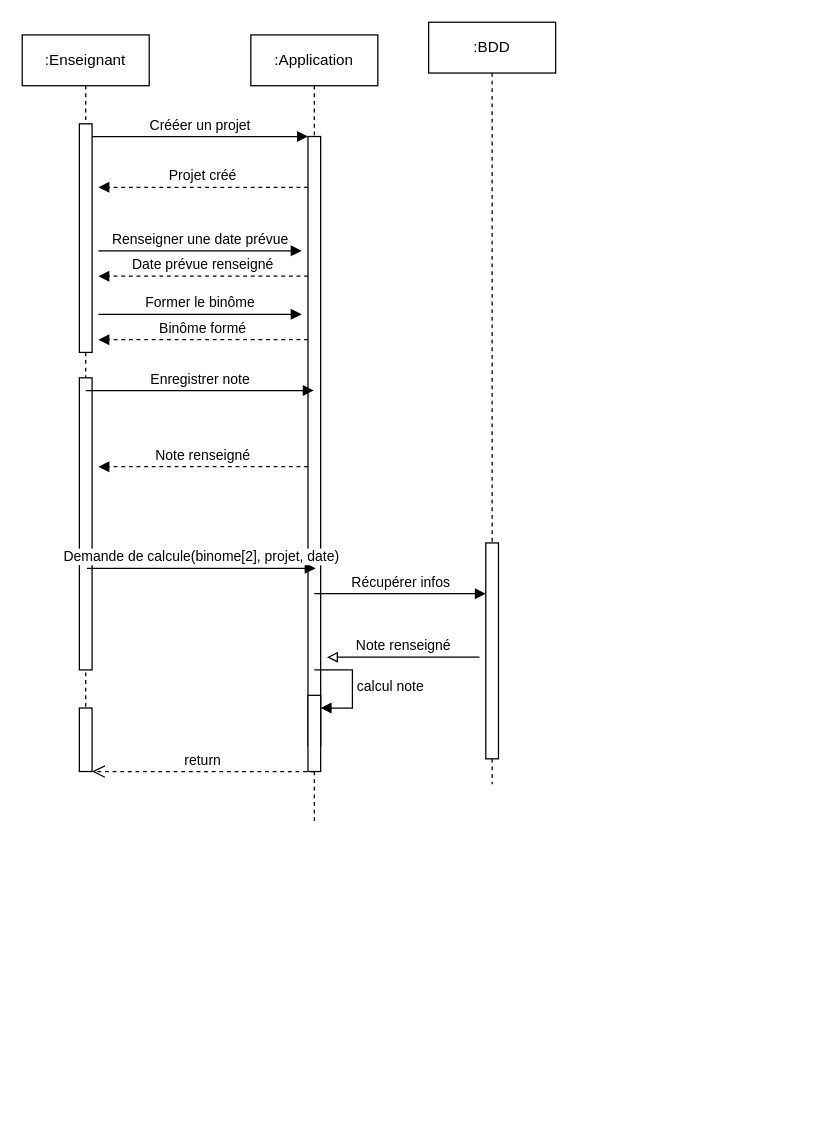
Before: page "Page-1" (1 of 2) of Diagramme sans nom.drawio in NabiilS/PizzaBurg, a draw.io diagram. Source tidied: cells renumbered, new cells numbered last; positions are measured from the earlier drawing's top-left corner, leaving out a move shared by most shapes. Both pictures are drawn from the tidied source at 127%, with x=0, y=0 at pixel (22, 22).
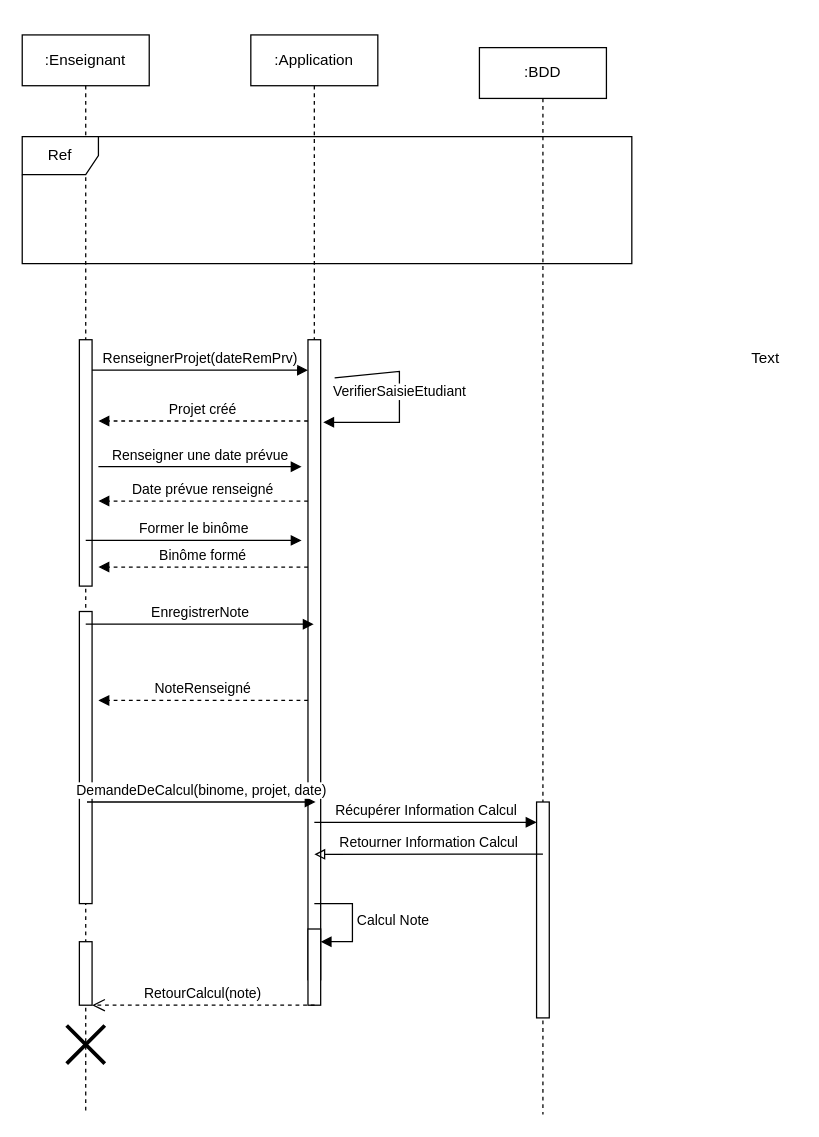
The same page after the edit.

Commit message:
Mettre à jour Diagramme sans nom.drawio

The edit, as a diff of the source:
```diff
@@
     <mxCell id="2" value=":Enseignant" style="shape=umlLifeline;perimeter=lifelinePerimeter;whiteSpace=wrap;html=1;newEdgeStyle={&quot;edgeStyle&quot;:&quot;elbowEdgeStyle&quot;,&quot;elbow&quot;:&quot;vertical&quot;,&quot;curved&quot;:0,&quot;rounded&quot;:0};" parent="1" vertex="1">
-      <mxGeometry y="10" width="100" height="560" as="geometry" />
+      <mxGeometry y="10" width="100" height="850" as="geometry" />
     </mxCell>
     <mxCell id="3" style="html=1;points=[];perimeter=orthogonalPerimeter;outlineConnect=0;targetShapes=umlLifeline;portConstraint=eastwest;newEdgeStyle={&quot;edgeStyle&quot;:&quot;elbowEdgeStyle&quot;,&quot;elbow&quot;:&quot;vertical&quot;,&quot;curved&quot;:0,&quot;rounded&quot;:0};" parent="2" vertex="1">
-      <mxGeometry x="45" y="70" width="10" height="180" as="geometry" />
+      <mxGeometry x="45" y="240" width="10" height="194" as="geometry" />
     </mxCell>
     <mxCell id="4" style="html=1;perimeter=orthogonalPerimeter;targetShapes=umlLifeline;newEdgeStyle={&quot;edgeStyle&quot;:&quot;elbowEdgeStyle&quot;,&quot;elbow&quot;:&quot;vertical&quot;,&quot;curved&quot;:0,&quot;rounded&quot;:0};" parent="2" vertex="1">
-      <mxGeometry x="45" y="270" width="10" height="230" as="geometry" />
+      <mxGeometry x="45" y="454" width="10" height="230" as="geometry" />
     </mxCell>
+    <mxCell id="24" style="shape=umlDestroy;whiteSpace=wrap;html=1;strokeWidth=3;targetShapes=umlLifeline;" parent="2" vertex="1">
+      <mxGeometry x="35" y="780" width="30" height="30" as="geometry" />
+    </mxCell>
     <mxCell id="5" value=":Application" style="shape=umlLifeline;perimeter=lifelinePerimeter;whiteSpace=wrap;html=1;outlineConnect=0;portConstraint=eastwest;newEdgeStyle={&quot;edgeStyle&quot;:&quot;elbowEdgeStyle&quot;,&quot;elbow&quot;:&quot;vertical&quot;,&quot;curved&quot;:0,&quot;rounded&quot;:0};" parent="1" vertex="1">
-      <mxGeometry x="180" y="10" width="100" height="620" as="geometry" />
+      <mxGeometry x="180" y="10" width="100" height="744" as="geometry" />
     </mxCell>
     <mxCell id="6" style="html=1;points=[];perimeter=orthogonalPerimeter;outlineConnect=0;targetShapes=umlLifeline;portConstraint=eastwest;newEdgeStyle={&quot;edgeStyle&quot;:&quot;elbowEdgeStyle&quot;,&quot;elbow&quot;:&quot;vertical&quot;,&quot;curved&quot;:0,&quot;rounded&quot;:0};" parent="5" vertex="1">
-      <mxGeometry x="45" y="80" width="10" height="480" as="geometry" />
+      <mxGeometry x="45" y="240" width="10" height="504" as="geometry" />
     </mxCell>
     <mxCell id="7" style="html=1;points=[[0,0,0,0,5],[0,1,0,0,-5],[1,0,0,0,5],[1,1,0,0,-5]];perimeter=orthogonalPerimeter;outlineConnect=0;targetShapes=umlLifeline;portConstraint=eastwest;newEdgeStyle={&quot;curved&quot;:0,&quot;rounded&quot;:0};" parent="5" vertex="1">
-      <mxGeometry x="45" y="520" width="10" height="60" as="geometry" />
+      <mxGeometry x="45" y="704" width="10" height="60" as="geometry" />
     </mxCell>
-    <mxCell id="8" value="calcul note" style="html=1;align=left;spacingLeft=2;endArrow=block;rounded=0;edgeStyle=orthogonalEdgeStyle;curved=0;rounded=0;" parent="5" edge="1" target="7">
+    <mxCell id="8" value="Calcul Note" style="html=1;align=left;spacingLeft=2;endArrow=block;rounded=0;edgeStyle=orthogonalEdgeStyle;curved=0;rounded=0;" parent="5" edge="1" target="7">
       <mxGeometry relative="1" as="geometry">
-        <mxPoint x="50" y="500" as="sourcePoint" />
+        <mxPoint x="50" y="684" as="sourcePoint" />
         <Array as="points">
-          <mxPoint x="80" y="530" />
+          <mxPoint x="80" y="714" />
         </Array>
       </mxGeometry>
     </mxCell>
-    <mxCell id="9" value="Crééer un projet" style="html=1;verticalAlign=bottom;endArrow=block;edgeStyle=elbowEdgeStyle;elbow=vertical;curved=0;rounded=0;" parent="1" edge="1" source="3" target="6">
+    <mxCell id="9" value="RenseignerProjet(dateRemPrv)" style="html=1;verticalAlign=bottom;endArrow=block;edgeStyle=elbowEdgeStyle;elbow=vertical;curved=0;rounded=0;" parent="1" edge="1" source="3" target="6">
       <mxGeometry relative="1" as="geometry">
         <Array as="points">
-          <mxPoint x="140" y="90" />
+          <mxPoint x="140" y="274" />
         </Array>
       </mxGeometry>
     </mxCell>
-    <mxCell id="10" value="return" style="html=1;verticalAlign=bottom;endArrow=open;dashed=1;endSize=8;edgeStyle=elbowEdgeStyle;elbow=vertical;curved=0;rounded=0;" parent="1" edge="1">
+    <mxCell id="10" value="RetourCalcul(note)" style="html=1;verticalAlign=bottom;endArrow=open;dashed=1;endSize=8;edgeStyle=elbowEdgeStyle;elbow=vertical;curved=0;rounded=0;" parent="1" edge="1">
       <mxGeometry relative="1" as="geometry">
-        <mxPoint x="230.2" y="590" as="sourcePoint" />
-        <mxPoint x="55" y="590" as="targetPoint" />
+        <mxPoint x="230.2" y="774" as="sourcePoint" />
+        <mxPoint x="55" y="774" as="targetPoint" />
         <Array as="points">
-          <mxPoint x="155.2" y="590" />
+          <mxPoint x="155.2" y="774" />
         </Array>
       </mxGeometry>
     </mxCell>
     <mxCell id="11" value="Projet créé" style="html=1;verticalAlign=bottom;endArrow=block;edgeStyle=elbowEdgeStyle;elbow=horizontal;curved=0;rounded=0;dashed=1;" parent="1" edge="1" source="6">
       <mxGeometry relative="1" as="geometry">
-        <mxPoint x="60" y="130" as="targetPoint" />
+        <mxPoint x="60" y="314" as="targetPoint" />
         <Array as="points">
-          <mxPoint x="150" y="130" />
+          <mxPoint x="150" y="314" />
         </Array>
       </mxGeometry>
     </mxCell>
     <mxCell id="12" value=":BDD" style="shape=umlLifeline;perimeter=lifelinePerimeter;whiteSpace=wrap;html=1;newEdgeStyle={&quot;edgeStyle&quot;:&quot;elbowEdgeStyle&quot;,&quot;elbow&quot;:&quot;vertical&quot;,&quot;curved&quot;:0,&quot;rounded&quot;:0};" parent="1" vertex="1">
-      <mxGeometry x="320" width="100" height="600" as="geometry" />
+      <mxGeometry x="360" y="20" width="100" height="840" as="geometry" />
     </mxCell>
+    <mxCell id="19" style="html=1;perimeter=orthogonalPerimeter;targetShapes=umlLifeline;newEdgeStyle={&quot;edgeStyle&quot;:&quot;elbowEdgeStyle&quot;,&quot;elbow&quot;:&quot;vertical&quot;,&quot;curved&quot;:0,&quot;rounded&quot;:0};" parent="12" vertex="1">
+      <mxGeometry x="45" y="594" width="10" height="170" as="geometry" />
+    </mxCell>
     <mxCell id="13" value="Renseigner une date prévue" style="html=1;verticalAlign=bottom;endArrow=block;edgeStyle=elbowEdgeStyle;elbow=vertical;curved=0;rounded=0;" parent="1" edge="1">
       <mxGeometry relative="1" as="geometry">
-        <mxPoint x="60" y="180" as="sourcePoint" />
-        <mxPoint x="220" y="180" as="targetPoint" />
+        <mxPoint x="60" y="350" as="sourcePoint" />
+        <mxPoint x="220" y="350" as="targetPoint" />
         <Array as="points">
-          <mxPoint x="145" y="180" />
+          <mxPoint x="145" y="350" />
         </Array>
       </mxGeometry>
     </mxCell>
     <mxCell id="14" value="Date prévue renseigné" style="html=1;verticalAlign=bottom;endArrow=block;edgeStyle=elbowEdgeStyle;elbow=horizontal;curved=0;rounded=0;dashed=1;" parent="1" edge="1">
       <mxGeometry relative="1" as="geometry">
-        <mxPoint x="225" y="200" as="sourcePoint" />
-        <mxPoint x="60" y="200" as="targetPoint" />
+        <mxPoint x="225" y="377" as="sourcePoint" />
+        <mxPoint x="60" y="377" as="targetPoint" />
         <Array as="points">
-          <mxPoint x="150" y="200" />
+          <mxPoint x="150" y="377" />
         </Array>
       </mxGeometry>
     </mxCell>
     <mxCell id="15" value="Former le binôme" style="html=1;verticalAlign=bottom;endArrow=block;edgeStyle=elbowEdgeStyle;elbow=vertical;curved=0;rounded=0;" parent="1" edge="1">
       <mxGeometry relative="1" as="geometry">
-        <mxPoint x="60" y="230" as="sourcePoint" />
-        <mxPoint x="220" y="230" as="targetPoint" />
+        <mxPoint x="50" y="408" as="sourcePoint" />
+        <mxPoint x="220" y="408" as="targetPoint" />
         <Array as="points">
-          <mxPoint x="145" y="230" />
+          <mxPoint x="145" y="408" />
         </Array>
       </mxGeometry>
     </mxCell>
     <mxCell id="16" value="Binôme formé" style="html=1;verticalAlign=bottom;endArrow=block;edgeStyle=elbowEdgeStyle;elbow=horizontal;curved=0;rounded=0;dashed=1;" parent="1" edge="1">
       <mxGeometry relative="1" as="geometry">
-        <mxPoint x="225" y="250" as="sourcePoint" />
-        <mxPoint x="60" y="250" as="targetPoint" />
+        <mxPoint x="225" y="429" as="sourcePoint" />
+        <mxPoint x="60" y="429" as="targetPoint" />
         <Array as="points">
-          <mxPoint x="150" y="250" />
+          <mxPoint x="150" y="429" />
         </Array>
       </mxGeometry>
     </mxCell>
-    <mxCell id="17" value="Note renseigné" style="html=1;verticalAlign=bottom;endArrow=block;edgeStyle=elbowEdgeStyle;elbow=horizontal;curved=0;rounded=0;dashed=1;" parent="1" edge="1">
+    <mxCell id="17" value="NoteRenseigné" style="html=1;verticalAlign=bottom;endArrow=block;edgeStyle=elbowEdgeStyle;elbow=horizontal;curved=0;rounded=0;dashed=1;" parent="1" edge="1">
       <mxGeometry relative="1" as="geometry">
-        <mxPoint x="225" y="350" as="sourcePoint" />
-        <mxPoint x="60" y="350" as="targetPoint" />
+        <mxPoint x="225" y="534" as="sourcePoint" />
+        <mxPoint x="60" y="534" as="targetPoint" />
         <Array as="points">
-          <mxPoint x="150" y="350" />
+          <mxPoint x="150" y="534" />
         </Array>
       </mxGeometry>
     </mxCell>
-    <mxCell id="18" value="Enregistrer note" style="html=1;verticalAlign=bottom;endArrow=block;edgeStyle=elbowEdgeStyle;elbow=vertical;curved=0;rounded=0;" parent="1" edge="1" target="5">
+    <mxCell id="18" value="EnregistrerNote" style="html=1;verticalAlign=bottom;endArrow=block;edgeStyle=elbowEdgeStyle;elbow=vertical;curved=0;rounded=0;" parent="1" edge="1">
       <mxGeometry relative="1" as="geometry">
-        <mxPoint x="50" y="290" as="sourcePoint" />
+        <mxPoint x="50" y="474" as="sourcePoint" />
+        <mxPoint x="229.5" y="474" as="targetPoint" />
         <Array as="points">
-          <mxPoint x="135" y="290" />
+          <mxPoint x="135" y="474" />
         </Array>
       </mxGeometry>
     </mxCell>
-    <mxCell id="19" style="html=1;perimeter=orthogonalPerimeter;targetShapes=umlLifeline;newEdgeStyle={&quot;edgeStyle&quot;:&quot;elbowEdgeStyle&quot;,&quot;elbow&quot;:&quot;vertical&quot;,&quot;curved&quot;:0,&quot;rounded&quot;:0};" parent="1" vertex="1">
-      <mxGeometry x="365" y="410" width="10" height="170" as="geometry" />
-    </mxCell>
-    <mxCell id="20" value="Demande de calcule(binome[2], projet, date)" style="html=1;verticalAlign=bottom;endArrow=block;edgeStyle=elbowEdgeStyle;elbow=horizontal;curved=0;rounded=0;" parent="1" edge="1">
+    <mxCell id="20" value="DemandeDeCalcul(binome, projet, date)" style="html=1;verticalAlign=bottom;endArrow=block;edgeStyle=elbowEdgeStyle;elbow=horizontal;curved=0;rounded=0;" parent="1" edge="1">
       <mxGeometry relative="1" as="geometry">
-        <mxPoint x="51" y="430" as="sourcePoint" />
-        <mxPoint x="231" y="430" as="targetPoint" />
+        <mxPoint x="51" y="614" as="sourcePoint" />
+        <mxPoint x="231" y="614" as="targetPoint" />
         <Array as="points">
-          <mxPoint x="136" y="430" />
+          <mxPoint x="136" y="614" />
         </Array>
       </mxGeometry>
     </mxCell>
-    <mxCell id="21" value="Récupérer infos" style="html=1;verticalAlign=bottom;endArrow=block;edgeStyle=elbowEdgeStyle;elbow=horizontal;curved=0;rounded=0;" parent="1" edge="1">
+    <mxCell id="21" value="Récupérer Information Calcul" style="html=1;verticalAlign=bottom;endArrow=block;edgeStyle=elbowEdgeStyle;elbow=horizontal;curved=0;rounded=0;" parent="1" edge="1">
       <mxGeometry relative="1" as="geometry">
-        <mxPoint x="230" y="450" as="sourcePoint" />
-        <mxPoint x="365" y="450" as="targetPoint" />
+        <mxPoint x="230" y="630" as="sourcePoint" />
+        <mxPoint x="405" y="630" as="targetPoint" />
         <Array as="points">
-          <mxPoint x="315" y="450" />
+          <mxPoint x="355" y="630" />
         </Array>
       </mxGeometry>
     </mxCell>
-    <mxCell id="22" value="Note renseigné" style="html=1;verticalAlign=bottom;endArrow=block;edgeStyle=elbowEdgeStyle;elbow=horizontal;curved=0;rounded=0;endFill=0;" parent="1" edge="1">
+    <mxCell id="22" value="Retourner Information Calcul" style="html=1;verticalAlign=bottom;endArrow=block;edgeStyle=elbowEdgeStyle;elbow=horizontal;curved=0;rounded=0;endFill=0;entryX=0.5;entryY=0.804;entryDx=0;entryDy=0;entryPerimeter=0;" parent="1" edge="1" target="6">
       <mxGeometry relative="1" as="geometry">
-        <mxPoint x="360" y="500" as="sourcePoint" />
-        <mxPoint x="240" y="500" as="targetPoint" />
+        <mxPoint x="410" y="655" as="sourcePoint" />
         <Array as="points">
-          <mxPoint x="310" y="500" />
+          <mxPoint x="340" y="480" />
         </Array>
       </mxGeometry>
     </mxCell>
     <mxCell id="23" style="html=1;perimeter=orthogonalPerimeter;targetShapes=umlLifeline;newEdgeStyle={&quot;edgeStyle&quot;:&quot;elbowEdgeStyle&quot;,&quot;elbow&quot;:&quot;vertical&quot;,&quot;curved&quot;:0,&quot;rounded&quot;:0};" parent="1" vertex="1">
-      <mxGeometry x="45" y="540" width="10" height="50" as="geometry" />
+      <mxGeometry x="45" y="724" width="10" height="50" as="geometry" />
     </mxCell>
+    <mxCell id="25" value="Text" style="text;html=1;align=center;verticalAlign=middle;strokeColor=none;fillColor=none;" parent="1" vertex="1">
+      <mxGeometry x="560" y="250" width="50" height="30" as="geometry" />
+    </mxCell>
+    <mxCell id="26" value="Ref" style="shape=umlFrame;whiteSpace=wrap;html=1;" parent="1" vertex="1">
+      <mxGeometry y="90" width="480" height="100" as="geometry" />
+    </mxCell>
+    <mxCell id="27" value="VerifierSaisieEtudiant" style="html=1;verticalAlign=bottom;endArrow=block;curved=0;rounded=0;" parent="1" edge="1">
+      <mxGeometry relative="1" as="geometry">
+        <mxPoint x="246" y="280" as="sourcePoint" />
+        <mxPoint x="237" y="315" as="targetPoint" />
+        <Array as="points">
+          <mxPoint x="297" y="275" />
+          <mxPoint x="297" y="315" />
+          <mxPoint x="267" y="315" />
+        </Array>
+      </mxGeometry>
+    </mxCell>
```
